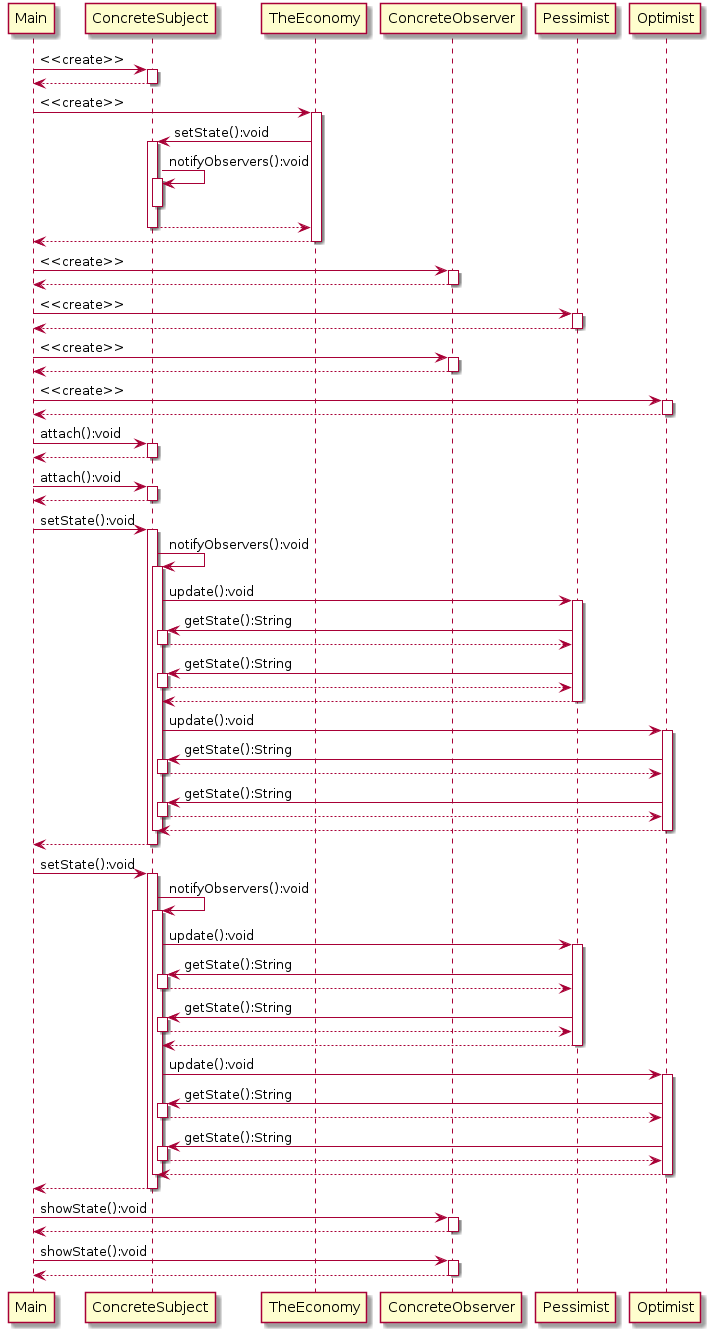
The PlantUML diagram Output-Diagrams/OutputSequenceDiagram2.png in amitakamat/CMPE-202-UMLParser-Sequence, before a commit.
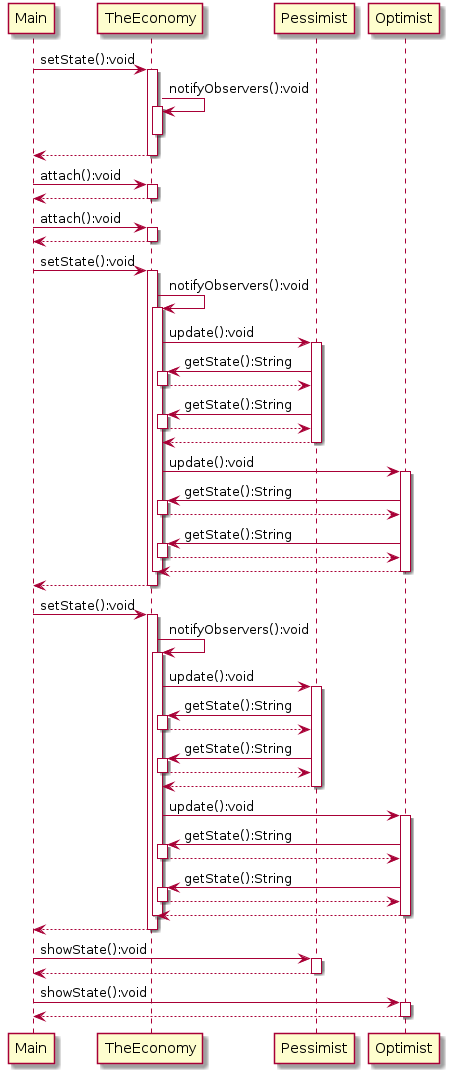
After the commit.

Change to the diagram source:
```diff
@@ -1,111 +1,87 @@
 @startuml
-Main -> ConcreteSubject : <<create>>
-activate ConcreteSubject
-ConcreteSubject --> Main
-deactivate ConcreteSubject
-Main -> TheEconomy : <<create>>
+Main -> TheEconomy : setState():void
 activate TheEconomy
-TheEconomy -> ConcreteSubject : setState():void
-activate ConcreteSubject
-ConcreteSubject -> ConcreteSubject : notifyObservers():void
-activate ConcreteSubject
-deactivate ConcreteSubject
-ConcreteSubject --> TheEconomy
-deactivate ConcreteSubject
+TheEconomy -> TheEconomy : notifyObservers():void
+activate TheEconomy
+deactivate TheEconomy
 TheEconomy --> Main
 deactivate TheEconomy
-Main -> ConcreteObserver : <<create>>
-activate ConcreteObserver
-ConcreteObserver --> Main
-deactivate ConcreteObserver
-Main -> Pessimist : <<create>>
+Main -> TheEconomy : attach():void
+activate TheEconomy
+TheEconomy --> Main
+deactivate TheEconomy
+Main -> TheEconomy : attach():void
+activate TheEconomy
+TheEconomy --> Main
+deactivate TheEconomy
+Main -> TheEconomy : setState():void
+activate TheEconomy
+TheEconomy -> TheEconomy : notifyObservers():void
+activate TheEconomy
+TheEconomy -> Pessimist : update():void
+activate Pessimist
+Pessimist -> TheEconomy : getState():String
+activate TheEconomy
+TheEconomy --> Pessimist
+deactivate TheEconomy
+Pessimist -> TheEconomy : getState():String
+activate TheEconomy
+TheEconomy --> Pessimist
+deactivate TheEconomy
+Pessimist --> TheEconomy
+deactivate Pessimist
+TheEconomy -> Optimist : update():void
+activate Optimist
+Optimist -> TheEconomy : getState():String
+activate TheEconomy
+TheEconomy --> Optimist
+deactivate TheEconomy
+Optimist -> TheEconomy : getState():String
+activate TheEconomy
+TheEconomy --> Optimist
+deactivate TheEconomy
+Optimist --> TheEconomy
+deactivate Optimist
+deactivate TheEconomy
+TheEconomy --> Main
+deactivate TheEconomy
+Main -> TheEconomy : setState():void
+activate TheEconomy
+TheEconomy -> TheEconomy : notifyObservers():void
+activate TheEconomy
+TheEconomy -> Pessimist : update():void
+activate Pessimist
+Pessimist -> TheEconomy : getState():String
+activate TheEconomy
+TheEconomy --> Pessimist
+deactivate TheEconomy
+Pessimist -> TheEconomy : getState():String
+activate TheEconomy
+TheEconomy --> Pessimist
+deactivate TheEconomy
+Pessimist --> TheEconomy
+deactivate Pessimist
+TheEconomy -> Optimist : update():void
+activate Optimist
+Optimist -> TheEconomy : getState():String
+activate TheEconomy
+TheEconomy --> Optimist
+deactivate TheEconomy
+Optimist -> TheEconomy : getState():String
+activate TheEconomy
+TheEconomy --> Optimist
+deactivate TheEconomy
+Optimist --> TheEconomy
+deactivate Optimist
+deactivate TheEconomy
+TheEconomy --> Main
+deactivate TheEconomy
+Main -> Pessimist : showState():void
 activate Pessimist
 Pessimist --> Main
 deactivate Pessimist
-Main -> ConcreteObserver : <<create>>
-activate ConcreteObserver
-ConcreteObserver --> Main
-deactivate ConcreteObserver
-Main -> Optimist : <<create>>
+Main -> Optimist : showState():void
 activate Optimist
 Optimist --> Main
 deactivate Optimist
-Main -> ConcreteSubject : attach():void
-activate ConcreteSubject
-ConcreteSubject --> Main
-deactivate ConcreteSubject
-Main -> ConcreteSubject : attach():void
-activate ConcreteSubject
-ConcreteSubject --> Main
-deactivate ConcreteSubject
-Main -> ConcreteSubject : setState():void
-activate ConcreteSubject
-ConcreteSubject -> ConcreteSubject : notifyObservers():void
-activate ConcreteSubject
-ConcreteSubject -> Pessimist : update():void
-activate Pessimist
-Pessimist -> ConcreteSubject : getState():String
-activate ConcreteSubject
-ConcreteSubject --> Pessimist
-deactivate ConcreteSubject
-Pessimist -> ConcreteSubject : getState():String
-activate ConcreteSubject
-ConcreteSubject --> Pessimist
-deactivate ConcreteSubject
-Pessimist --> ConcreteSubject
-deactivate Pessimist
-ConcreteSubject -> Optimist : update():void
-activate Optimist
-Optimist -> ConcreteSubject : getState():String
-activate ConcreteSubject
-ConcreteSubject --> Optimist
-deactivate ConcreteSubject
-Optimist -> ConcreteSubject : getState():String
-activate ConcreteSubject
-ConcreteSubject --> Optimist
-deactivate ConcreteSubject
-Optimist --> ConcreteSubject
-deactivate Optimist
-deactivate ConcreteSubject
-ConcreteSubject --> Main
-deactivate ConcreteSubject
-Main -> ConcreteSubject : setState():void
-activate ConcreteSubject
-ConcreteSubject -> ConcreteSubject : notifyObservers():void
-activate ConcreteSubject
-ConcreteSubject -> Pessimist : update():void
-activate Pessimist
-Pessimist -> ConcreteSubject : getState():String
-activate ConcreteSubject
-ConcreteSubject --> Pessimist
-deactivate ConcreteSubject
-Pessimist -> ConcreteSubject : getState():String
-activate ConcreteSubject
-ConcreteSubject --> Pessimist
-deactivate ConcreteSubject
-Pessimist --> ConcreteSubject
-deactivate Pessimist
-ConcreteSubject -> Optimist : update():void
-activate Optimist
-Optimist -> ConcreteSubject : getState():String
-activate ConcreteSubject
-ConcreteSubject --> Optimist
-deactivate ConcreteSubject
-Optimist -> ConcreteSubject : getState():String
-activate ConcreteSubject
-ConcreteSubject --> Optimist
-deactivate ConcreteSubject
-Optimist --> ConcreteSubject
-deactivate Optimist
-deactivate ConcreteSubject
-ConcreteSubject --> Main
-deactivate ConcreteSubject
-Main -> ConcreteObserver : showState():void
-activate ConcreteObserver
-ConcreteObserver --> Main
-deactivate ConcreteObserver
-Main -> ConcreteObserver : showState():void
-activate ConcreteObserver
-ConcreteObserver --> Main
-deactivate ConcreteObserver
 @enduml
```
